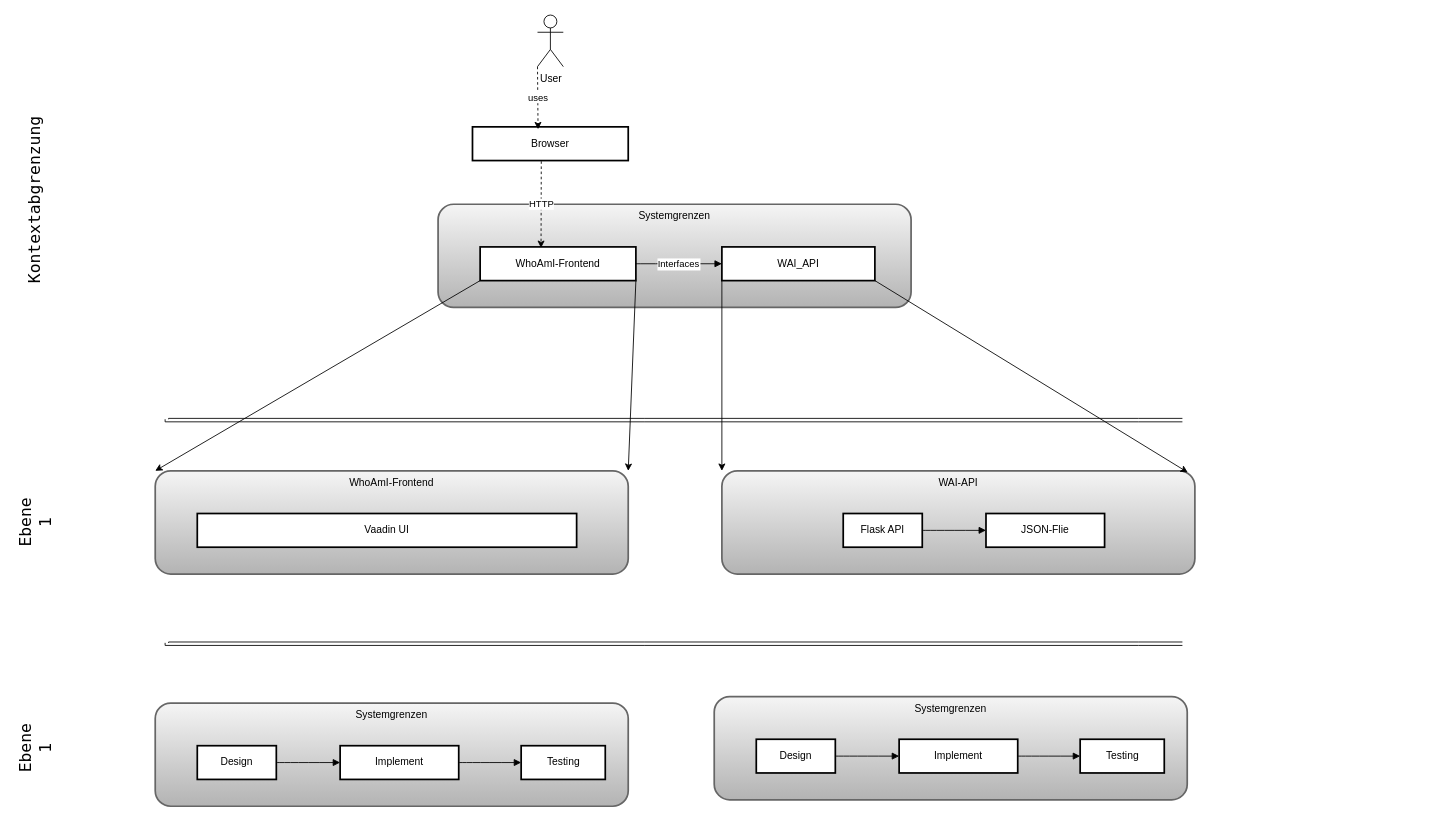
Above: Unbenanntes Diagramm.drawio in studPe/WhoAmI (draw.io), before the change. Source tidied: cells renumbered, new cells numbered last; positions are measured from the earlier drawing's top-left corner, leaving out a move shared by most shapes. Both pictures are drawn from the tidied source at 86%, with x=0, y=0 at pixel (9, 15).
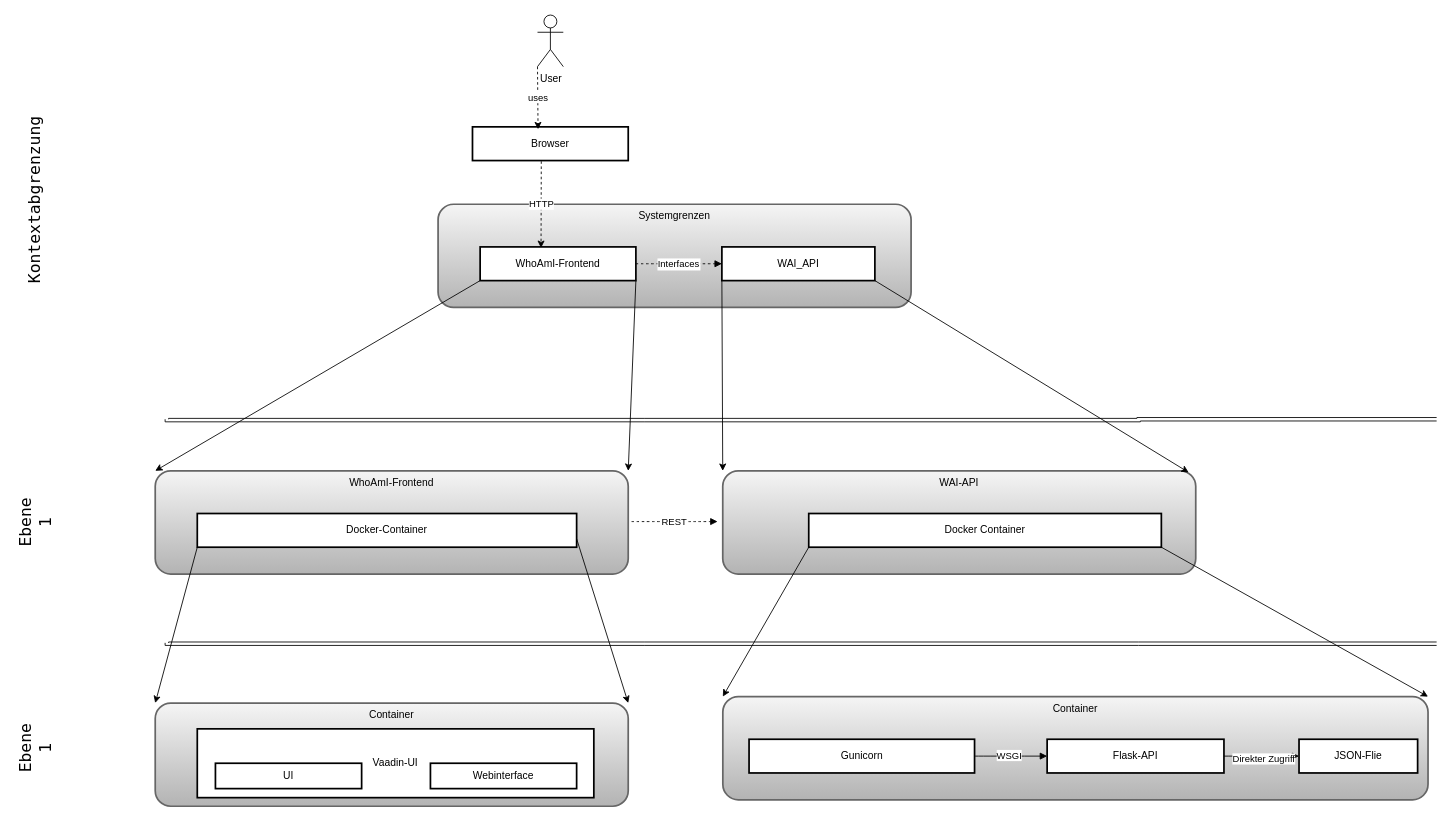
Above is the later version.

The change refers to these unchanged cells:
```xml
<mxCell id="3" value="Systemgrenzen" style="whiteSpace=wrap;strokeWidth=2;verticalAlign=top;fillColor=#f5f5f5;gradientColor=#b3b3b3;strokeColor=#666666;rounded=1;" parent="1" vertex="1">
  <mxGeometry x="498.9" y="220" width="550" height="120" as="geometry" />
</mxCell>
<mxCell id="4" value="WAI_API" style="whiteSpace=wrap;strokeWidth=2;" parent="3" vertex="1">
  <mxGeometry x="330" y="49.6" width="177.9" height="39.2" as="geometry" />
</mxCell>
<mxCell id="5" value="WhoAmI-Frontend" style="whiteSpace=wrap;strokeWidth=2;" parent="3" vertex="1">
  <mxGeometry x="48.9" y="49.6" width="181.1" height="39.2" as="geometry" />
</mxCell>
<mxCell id="8" value="WhoAmI-Frontend" style="whiteSpace=wrap;strokeWidth=2;verticalAlign=top;fillColor=#f5f5f5;gradientColor=#b3b3b3;strokeColor=#666666;rounded=1;" parent="1" vertex="1">
  <mxGeometry x="170" y="530" width="550" height="120" as="geometry" />
</mxCell>
<mxCell id="35" style="curved=1;startArrow=none;endArrow=block;exitX=0.99;exitY=0.5;entryX=0;entryY=0.5;" parent="31" edge="1" source="33" target="32">
  <mxGeometry relative="1" as="geometry" />
</mxCell>
```

Change to the diagram source:
```diff
@@
     <mxCell id="2" style="edgeStyle=orthogonalEdgeStyle;rounded=0;orthogonalLoop=1;jettySize=auto;html=1;shape=link;" parent="1" edge="1">
       <mxGeometry relative="1" as="geometry">
         <mxPoint x="183.5" y="470" as="sourcePoint" />
-        <mxPoint x="1364.4" y="471" as="targetPoint" />
+        <mxPoint x="1660" y="470" as="targetPoint" />
         <Array as="points">
           <mxPoint x="738.5" y="471" />
           <mxPoint x="1313.5" y="471" />
           <mxPoint x="1313.5" y="450" />
         </Array>
       </mxGeometry>
     </mxCell>
@@
-    <mxCell id="6" value="Interfaces" style="curved=1;startArrow=none;endArrow=block;exitX=0.99;exitY=0.5;entryX=0;entryY=0.5;exitDx=0;exitDy=0;entryDx=0;entryDy=0;" parent="3" edge="1" source="5" target="4">
+    <mxCell id="6" value="Interfaces" style="curved=1;startArrow=none;endArrow=block;exitX=0.99;exitY=0.5;entryX=0;entryY=0.5;exitDx=0;exitDy=0;entryDx=0;entryDy=0;dashed=1;" parent="3" edge="1" source="5" target="4">
       <mxGeometry relative="1" as="geometry" />
     </mxCell>
@@
-    <mxCell id="9" value="Vaadin UI" style="whiteSpace=wrap;strokeWidth=2;" parent="8" vertex="1">
+    <mxCell id="9" value="Docker-Container" style="whiteSpace=wrap;strokeWidth=2;" parent="8" vertex="1">
       <mxGeometry x="48.9" y="49.6" width="441.1" height="39.2" as="geometry" />
     </mxCell>
     <mxCell id="10" value="WAI-API" style="whiteSpace=wrap;strokeWidth=2;verticalAlign=top;fillColor=#f5f5f5;gradientColor=#b3b3b3;strokeColor=#666666;rounded=1;" parent="1" vertex="1">
-      <mxGeometry x="828.9" y="530" width="550" height="120" as="geometry" />
+      <mxGeometry x="829.9" y="530" width="550" height="120" as="geometry" />
     </mxCell>
-    <mxCell id="11" value="JSON-Flie" style="whiteSpace=wrap;strokeWidth=2;" parent="10" vertex="1">
-      <mxGeometry x="307.1" y="49.6" width="137.9" height="39.2" as="geometry" />
-    </mxCell>
-    <mxCell id="12" value="Flask API" style="whiteSpace=wrap;strokeWidth=2;" parent="10" vertex="1">
-      <mxGeometry x="141.1" y="49.6" width="91.9" height="39.2" as="geometry" />
+    <mxCell id="12" value="Docker Container" style="whiteSpace=wrap;strokeWidth=2;" parent="10" vertex="1">
+      <mxGeometry x="100" y="49.6" width="410" height="39.2" as="geometry" />
     </mxCell>
-    <mxCell id="13" style="curved=1;startArrow=none;endArrow=block;exitX=0.99;exitY=0.5;entryX=0;entryY=0.5;" parent="10" edge="1" source="12" target="11">
-      <mxGeometry relative="1" as="geometry" />
-    </mxCell>
@@
     <mxCell id="22" style="edgeStyle=orthogonalEdgeStyle;rounded=0;orthogonalLoop=1;jettySize=auto;html=1;shape=link;" parent="1" edge="1">
       <mxGeometry relative="1" as="geometry">
         <mxPoint x="183.5" y="730" as="sourcePoint" />
-        <mxPoint x="1364.4" y="731" as="targetPoint" />
+        <mxPoint x="1660" y="731" as="targetPoint" />
         <Array as="points">
           <mxPoint x="738.5" y="731" />
           <mxPoint x="1313.5" y="731" />
           <mxPoint x="1313.5" y="710" />
         </Array>
       </mxGeometry>
     </mxCell>
@@
-    <mxCell id="25" value="Systemgrenzen" style="whiteSpace=wrap;strokeWidth=2;verticalAlign=top;fillColor=#f5f5f5;gradientColor=#b3b3b3;strokeColor=#666666;rounded=1;" parent="1" vertex="1">
+    <mxCell id="25" value="Container" style="whiteSpace=wrap;strokeWidth=2;verticalAlign=top;fillColor=#f5f5f5;gradientColor=#b3b3b3;strokeColor=#666666;rounded=1;" parent="1" vertex="1">
       <mxGeometry x="170" y="800" width="550" height="120" as="geometry" />
     </mxCell>
-    <mxCell id="26" value="Implement" style="whiteSpace=wrap;strokeWidth=2;" parent="25" vertex="1">
-      <mxGeometry x="215" y="49.6" width="137.9" height="39.2" as="geometry" />
-    </mxCell>
-    <mxCell id="27" value="Design" style="whiteSpace=wrap;strokeWidth=2;" parent="25" vertex="1">
-      <mxGeometry x="48.9" y="49.6" width="91.9" height="39.2" as="geometry" />
+    <mxCell id="27" value="Vaadin-UI" style="whiteSpace=wrap;strokeWidth=2;" parent="25" vertex="1">
+      <mxGeometry x="48.9" y="30" width="461.1" height="80" as="geometry" />
     </mxCell>
-    <mxCell id="28" value="Testing" style="whiteSpace=wrap;strokeWidth=2;" parent="25" vertex="1">
-      <mxGeometry x="425.5" y="49.6" width="97.8" height="39.2" as="geometry" />
-    </mxCell>
-    <mxCell id="29" style="curved=1;startArrow=none;endArrow=block;exitX=0.99;exitY=0.5;entryX=0;entryY=0.5;" parent="25" edge="1" source="27" target="26">
-      <mxGeometry relative="1" as="geometry" />
-    </mxCell>
-    <mxCell id="30" style="curved=1;startArrow=none;endArrow=block;exitX=0.99;exitY=0.5;entryX=0.01;entryY=0.5;" parent="25" edge="1" source="26" target="28">
-      <mxGeometry relative="1" as="geometry" />
-    </mxCell>
+    <mxCell id="37" value="UI" style="whiteSpace=wrap;strokeWidth=2;" parent="25" vertex="1">
+      <mxGeometry x="70" y="70" width="170" height="29.5" as="geometry" />
+    </mxCell>
+    <mxCell id="38" value="Webinterface" style="whiteSpace=wrap;strokeWidth=2;" parent="25" vertex="1">
+      <mxGeometry x="320" y="70" width="170" height="29.5" as="geometry" />
+    </mxCell>
-    <mxCell id="31" value="Systemgrenzen" style="whiteSpace=wrap;strokeWidth=2;verticalAlign=top;fillColor=#f5f5f5;gradientColor=#b3b3b3;strokeColor=#666666;rounded=1;" parent="1" vertex="1">
-      <mxGeometry x="820" y="792.5" width="550" height="120" as="geometry" />
+    <mxCell id="31" value="Container" style="whiteSpace=wrap;strokeWidth=2;verticalAlign=top;fillColor=#f5f5f5;gradientColor=#b3b3b3;strokeColor=#666666;rounded=1;" parent="1" vertex="1">
+      <mxGeometry x="830" y="792.5" width="820" height="120" as="geometry" />
     </mxCell>
-    <mxCell id="32" value="Implement" style="whiteSpace=wrap;strokeWidth=2;" parent="31" vertex="1">
-      <mxGeometry x="215" y="49.6" width="137.9" height="39.2" as="geometry" />
+    <mxCell id="32" value="Flask-API" style="whiteSpace=wrap;strokeWidth=2;" parent="31" vertex="1">
+      <mxGeometry x="377.1" y="49.6" width="205.6" height="39.2" as="geometry" />
     </mxCell>
-    <mxCell id="33" value="Design" style="whiteSpace=wrap;strokeWidth=2;" parent="31" vertex="1">
-      <mxGeometry x="48.9" y="49.6" width="91.9" height="39.2" as="geometry" />
+    <mxCell id="33" value="Gunicorn" style="whiteSpace=wrap;strokeWidth=2;" parent="31" vertex="1">
+      <mxGeometry x="30.5" y="49.6" width="262.2" height="39.2" as="geometry" />
     </mxCell>
-    <mxCell id="34" value="Testing" style="whiteSpace=wrap;strokeWidth=2;" parent="31" vertex="1">
-      <mxGeometry x="425.5" y="49.6" width="97.8" height="39.2" as="geometry" />
-    </mxCell>
@@
-    <mxCell id="36" style="curved=1;startArrow=none;endArrow=block;exitX=0.99;exitY=0.5;entryX=0.01;entryY=0.5;" parent="31" edge="1" source="32" target="34">
-      <mxGeometry relative="1" as="geometry" />
-    </mxCell>
+    <mxCell id="39" value="WSGI" style="edgeLabel;html=1;align=center;verticalAlign=middle;" parent="35" vertex="1">
+      <mxGeometry x="-0.05" y="1" relative="1" as="geometry" />
+    </mxCell>
+    <mxCell id="11" value="JSON-Flie" style="whiteSpace=wrap;strokeWidth=2;" parent="31" vertex="1">
+      <mxGeometry x="670" y="49.6" width="137.9" height="39.2" as="geometry" />
+    </mxCell>
+    <mxCell id="13" style="curved=1;startArrow=none;endArrow=block;exitX=1;exitY=0.5;entryX=0;entryY=0.5;exitDx=0;exitDy=0;entryDx=0;entryDy=0;" parent="31" edge="1" source="32" target="11">
+      <mxGeometry relative="1" as="geometry" />
+    </mxCell>
+    <mxCell id="40" value="Direkter Zugriff" style="edgeLabel;html=1;align=center;verticalAlign=middle;" parent="13" vertex="1">
+      <mxGeometry x="0.05" y="-3" relative="1" as="geometry" />
+    </mxCell>
+    <mxCell id="41" style="rounded=0;jettySize=auto;html=1;entryX=0;entryY=0;entryDx=0;entryDy=0;exitX=0;exitY=1;exitDx=0;exitDy=0;" parent="1" edge="1" source="9" target="25">
+      <mxGeometry relative="1" as="geometry" />
+    </mxCell>
+    <mxCell id="42" style="rounded=0;jettySize=auto;html=1;entryX=1;entryY=0;entryDx=0;entryDy=0;exitX=1;exitY=0.75;exitDx=0;exitDy=0;" parent="1" edge="1" source="9" target="25">
+      <mxGeometry relative="1" as="geometry" />
+    </mxCell>
+    <mxCell id="43" style="rounded=0;jettySize=auto;html=1;entryX=0;entryY=0;entryDx=0;entryDy=0;exitX=0;exitY=1;exitDx=0;exitDy=0;" parent="1" edge="1" source="12" target="31">
+      <mxGeometry relative="1" as="geometry" />
+    </mxCell>
+    <mxCell id="44" style="rounded=0;jettySize=auto;html=1;entryX=1;entryY=0;entryDx=0;entryDy=0;exitX=1;exitY=1;exitDx=0;exitDy=0;" parent="1" edge="1" source="12" target="31">
+      <mxGeometry relative="1" as="geometry" />
+    </mxCell>
+    <mxCell id="45" value="REST" style="curved=1;startArrow=none;endArrow=block;exitX=0.99;exitY=0.5;entryX=0;entryY=0.5;exitDx=0;exitDy=0;entryDx=0;entryDy=0;dashed=1;" parent="1" edge="1">
+      <mxGeometry relative="1" as="geometry">
+        <mxPoint x="723.9" y="589" as="sourcePoint" />
+        <mxPoint x="823.9" y="589" as="targetPoint" />
+      </mxGeometry>
+    </mxCell>
```
